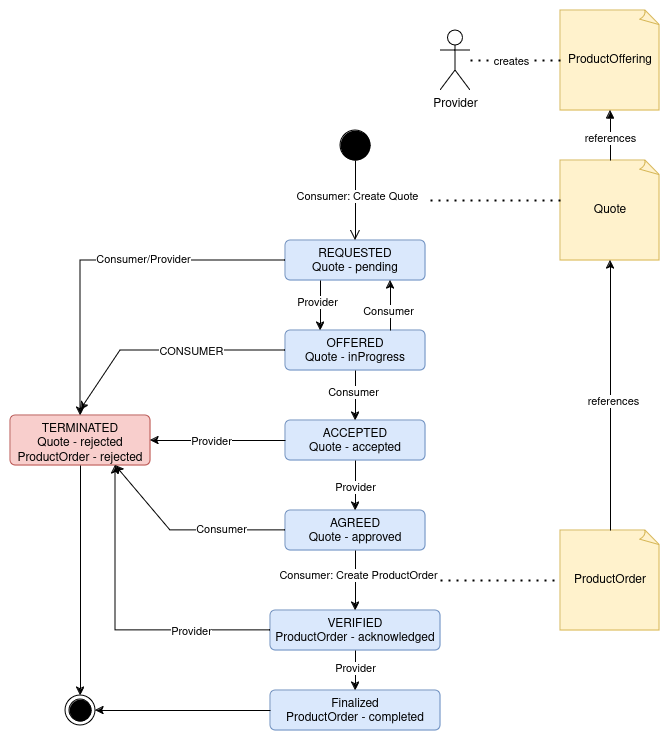
Above: doc/img/idsa-tmf-state-machine.png in FIWARE/data-space-connector (draw.io), before the change. Source tidied: cells renumbered, new cells last; positions are measured from the earlier drawing's top-left corner, leaving out a move shared by most shapes. Source of this version:
```xml
<mxGraphModel>
  <root>
    <mxCell id="0" />
    <mxCell id="1" parent="0" />
    <mxCell id="2" style="ellipse;fillColor=strokeColor;html=1;" parent="1" vertex="1">
      <mxGeometry x="330" y="120" width="30" height="30" as="geometry" />
    </mxCell>
    <mxCell id="3" value="ProductOffering" style="whiteSpace=wrap;html=1;shape=mxgraph.basic.document;fillColor=#fff2cc;strokeColor=#d6b656;" parent="1" vertex="1">
      <mxGeometry x="550" width="100" height="100" as="geometry" />
    </mxCell>
    <mxCell id="4" value="&lt;div&gt;REQUESTED&lt;/div&gt;&lt;div&gt;Quote - pending&lt;br&gt;&lt;/div&gt;" style="html=1;align=center;verticalAlign=top;rounded=1;absoluteArcSize=1;arcSize=10;dashed=0;whiteSpace=wrap;fillColor=#dae8fc;strokeColor=#6c8ebf;" parent="1" vertex="1">
      <mxGeometry x="275" y="230" width="140" height="40" as="geometry" />
    </mxCell>
    <mxCell id="5" style="endArrow=open;startArrow=none;endFill=0;startFill=0;endSize=8;html=1;verticalAlign=bottom;labelBackgroundColor=none;strokeWidth=1;rounded=0;exitX=0.5;exitY=1;exitDx=0;exitDy=0;" parent="1" edge="1" source="2" target="4">
      <mxGeometry relative="1" as="geometry" />
    </mxCell>
    <mxCell id="6" value="Consumer: Create Quote" style="edgeLabel;html=1;align=center;verticalAlign=middle;" parent="5" vertex="1">
      <mxGeometry x="-0.12" y="1" relative="1" as="geometry" />
    </mxCell>
    <mxCell id="7" value="Quote" style="whiteSpace=wrap;html=1;shape=mxgraph.basic.document;fillColor=#fff2cc;strokeColor=#d6b656;" parent="1" vertex="1">
      <mxGeometry x="550" y="150" width="100" height="100" as="geometry" />
    </mxCell>
    <mxCell id="8" style="html=1;verticalAlign=bottom;labelBackgroundColor=none;endArrow=block;endFill=1;rounded=0;exitX=0.5;exitY=0;exitDx=0;exitDy=0;exitPerimeter=0;" parent="1" edge="1" source="7" target="3">
      <mxGeometry relative="1" as="geometry" />
    </mxCell>
    <mxCell id="9" value="references" style="edgeLabel;html=1;align=center;verticalAlign=middle;" parent="8" vertex="1">
      <mxGeometry x="-0.08" y="1" relative="1" as="geometry" />
    </mxCell>
    <mxCell id="10" style="endArrow=none;dashed=1;html=1;dashPattern=1 3;strokeWidth=2;rounded=0;entryX=0;entryY=0.5;entryDx=0;entryDy=0;entryPerimeter=0;" parent="1" edge="1">
      <mxGeometry relative="1" as="geometry">
        <mxPoint x="420" y="190" as="sourcePoint" />
        <mxPoint x="550" y="190" as="targetPoint" />
      </mxGeometry>
    </mxCell>
    <mxCell id="11" value="&lt;div&gt;OFFERED&lt;/div&gt;&lt;div&gt;Quote - inProgress&lt;br&gt;&lt;/div&gt;" style="html=1;align=center;verticalAlign=top;rounded=1;absoluteArcSize=1;arcSize=10;dashed=0;whiteSpace=wrap;fillColor=#dae8fc;strokeColor=#6c8ebf;" parent="1" vertex="1">
      <mxGeometry x="275" y="320" width="140" height="40" as="geometry" />
    </mxCell>
    <mxCell id="12" style="endArrow=classic;html=1;rounded=0;exitX=0.25;exitY=1;exitDx=0;exitDy=0;entryX=0.25;entryY=0;entryDx=0;entryDy=0;" parent="1" edge="1" source="4" target="11">
      <mxGeometry relative="1" as="geometry" />
    </mxCell>
    <mxCell id="13" value="Provider" style="edgeLabel;html=1;align=center;verticalAlign=middle;" parent="12" vertex="1">
      <mxGeometry x="-0.15" y="-4" relative="1" as="geometry" />
    </mxCell>
    <mxCell id="14" style="endArrow=classic;html=1;rounded=0;exitX=0.75;exitY=0;exitDx=0;exitDy=0;entryX=0.75;entryY=1;entryDx=0;entryDy=0;" parent="1" edge="1" source="11" target="4">
      <mxGeometry relative="1" as="geometry" />
    </mxCell>
    <mxCell id="15" value="Consumer" style="edgeLabel;html=1;align=center;verticalAlign=middle;" parent="14" vertex="1">
      <mxGeometry x="0.15" y="3" relative="1" as="geometry">
        <mxPoint y="9" as="offset" />
      </mxGeometry>
    </mxCell>
    <mxCell id="16" value="&lt;div&gt;ACCEPTED&lt;/div&gt;&lt;div&gt;Quote - accepted&lt;br&gt;&lt;/div&gt;" style="html=1;align=center;verticalAlign=top;rounded=1;absoluteArcSize=1;arcSize=10;dashed=0;whiteSpace=wrap;fillColor=#dae8fc;strokeColor=#6c8ebf;" parent="1" vertex="1">
      <mxGeometry x="275" y="410" width="140" height="40" as="geometry" />
    </mxCell>
    <mxCell id="17" style="endArrow=classic;html=1;rounded=0;exitX=0.5;exitY=1;exitDx=0;exitDy=0;" parent="1" edge="1" source="11" target="16">
      <mxGeometry relative="1" as="geometry" />
    </mxCell>
    <mxCell id="18" value="Consumer" style="edgeLabel;html=1;align=center;verticalAlign=middle;" parent="17" vertex="1">
      <mxGeometry x="-0.15" y="-3" relative="1" as="geometry" />
    </mxCell>
    <mxCell id="19" value="&lt;div&gt;AGREED&lt;/div&gt;&lt;div&gt;Quote - approved&lt;br&gt;&lt;/div&gt;" style="html=1;align=center;verticalAlign=top;rounded=1;absoluteArcSize=1;arcSize=10;dashed=0;whiteSpace=wrap;fillColor=#dae8fc;strokeColor=#6c8ebf;" parent="1" vertex="1">
      <mxGeometry x="275" y="500" width="140" height="40" as="geometry" />
    </mxCell>
    <mxCell id="20" style="endArrow=classic;html=1;rounded=0;exitX=0.5;exitY=1;exitDx=0;exitDy=0;entryX=0.5;entryY=0;entryDx=0;entryDy=0;" parent="1" edge="1" source="16" target="19">
      <mxGeometry relative="1" as="geometry" />
    </mxCell>
    <mxCell id="21" value="Provider" style="edgeLabel;html=1;align=center;verticalAlign=middle;" parent="20" vertex="1">
      <mxGeometry x="0.03" y="-1" relative="1" as="geometry" />
    </mxCell>
    <mxCell id="22" value="&lt;div&gt;VERIFIED&lt;/div&gt;&lt;div&gt;ProductOrder - acknowledged&lt;br&gt;&lt;/div&gt;" style="html=1;align=center;verticalAlign=top;rounded=1;absoluteArcSize=1;arcSize=10;dashed=0;whiteSpace=wrap;fillColor=#dae8fc;strokeColor=#6c8ebf;" parent="1" vertex="1">
      <mxGeometry x="260" y="600" width="170" height="40" as="geometry" />
    </mxCell>
    <mxCell id="23" style="endArrow=classic;html=1;rounded=0;exitX=0.5;exitY=1;exitDx=0;exitDy=0;" parent="1" edge="1" source="19" target="22">
      <mxGeometry relative="1" as="geometry" />
    </mxCell>
    <mxCell id="24" value="Consumer: Create ProductOrder" style="edgeLabel;html=1;align=center;verticalAlign=middle;" parent="23" vertex="1">
      <mxGeometry x="-0.2" y="2" relative="1" as="geometry" />
    </mxCell>
    <mxCell id="25" value="ProductOrder" style="whiteSpace=wrap;html=1;shape=mxgraph.basic.document;fillColor=#fff2cc;strokeColor=#d6b656;" parent="1" vertex="1">
      <mxGeometry x="550" y="520" width="100" height="100" as="geometry" />
    </mxCell>
    <mxCell id="26" style="endArrow=none;dashed=1;html=1;dashPattern=1 3;strokeWidth=2;rounded=0;entryX=0;entryY=0.5;entryDx=0;entryDy=0;entryPerimeter=0;" parent="1" edge="1" target="25">
      <mxGeometry relative="1" as="geometry">
        <mxPoint x="430" y="570" as="sourcePoint" />
      </mxGeometry>
    </mxCell>
    <mxCell id="27" style="endArrow=classic;html=1;rounded=0;exitX=0.5;exitY=0;exitDx=0;exitDy=0;exitPerimeter=0;" parent="1" edge="1" source="25">
      <mxGeometry relative="1" as="geometry">
        <mxPoint x="600" y="250" as="targetPoint" />
      </mxGeometry>
    </mxCell>
    <mxCell id="28" value="references" style="edgeLabel;html=1;align=center;verticalAlign=middle;" parent="27" vertex="1">
      <mxGeometry x="-0.04" y="-2" relative="1" as="geometry" />
    </mxCell>
    <mxCell id="29" value="&lt;div&gt;Finalized&lt;br&gt;&lt;/div&gt;&lt;div&gt;ProductOrder - completed&lt;br&gt;&lt;/div&gt;" style="html=1;align=center;verticalAlign=top;rounded=1;absoluteArcSize=1;arcSize=10;dashed=0;whiteSpace=wrap;fillColor=#dae8fc;strokeColor=#6c8ebf;" parent="1" vertex="1">
      <mxGeometry x="260" y="680" width="170" height="40" as="geometry" />
    </mxCell>
    <mxCell id="30" style="endArrow=classic;html=1;rounded=0;exitX=0.5;exitY=1;exitDx=0;exitDy=0;entryX=0.5;entryY=0;entryDx=0;entryDy=0;" parent="1" edge="1" source="22" target="29">
      <mxGeometry relative="1" as="geometry" />
    </mxCell>
    <mxCell id="31" value="Provider" style="edgeLabel;html=1;align=center;verticalAlign=middle;" parent="30" vertex="1">
      <mxGeometry x="-0.15" y="-1" relative="1" as="geometry" />
    </mxCell>
    <mxCell id="32" value="&lt;div&gt;TERMINATED&lt;/div&gt;&lt;div&gt;Quote - rejected&lt;/div&gt;&lt;div&gt;ProductOrder - rejected&lt;br&gt;&lt;/div&gt;&lt;div&gt;&lt;br&gt;&lt;/div&gt;" style="html=1;align=center;verticalAlign=top;rounded=1;absoluteArcSize=1;arcSize=10;dashed=0;whiteSpace=wrap;fillColor=#f8cecc;strokeColor=#b85450;" parent="1" vertex="1">
      <mxGeometry y="405" width="140" height="50" as="geometry" />
    </mxCell>
    <mxCell id="33" style="endArrow=classic;html=1;rounded=0;exitX=0;exitY=0.5;exitDx=0;exitDy=0;entryX=0.5;entryY=0;entryDx=0;entryDy=0;" parent="1" edge="1" source="4" target="32">
      <mxGeometry relative="1" as="geometry">
        <Array as="points">
          <mxPoint x="70" y="250" />
        </Array>
      </mxGeometry>
    </mxCell>
    <mxCell id="34" value="Consumer/Provider" style="edgeLabel;html=1;align=center;verticalAlign=middle;" parent="33" vertex="1">
      <mxGeometry x="-0.21" y="-2" relative="1" as="geometry" />
    </mxCell>
    <mxCell id="35" style="endArrow=classic;html=1;rounded=0;exitX=0;exitY=0.5;exitDx=0;exitDy=0;" parent="1" edge="1" source="11">
      <mxGeometry relative="1" as="geometry">
        <mxPoint x="70" y="400" as="targetPoint" />
        <Array as="points">
          <mxPoint x="110" y="340" />
        </Array>
      </mxGeometry>
    </mxCell>
    <mxCell id="36" value="CONSUMER" style="edgeLabel;html=1;align=center;verticalAlign=middle;" parent="35" vertex="1">
      <mxGeometry x="-0.09" y="-4" relative="1" as="geometry">
        <mxPoint x="13" y="4" as="offset" />
      </mxGeometry>
    </mxCell>
    <mxCell id="37" style="endArrow=classic;html=1;rounded=0;exitX=0;exitY=0.5;exitDx=0;exitDy=0;entryX=1;entryY=0.5;entryDx=0;entryDy=0;" parent="1" edge="1" source="16" target="32">
      <mxGeometry relative="1" as="geometry" />
    </mxCell>
    <mxCell id="38" value="Provider" style="edgeLabel;html=1;align=center;verticalAlign=middle;" parent="37" vertex="1">
      <mxGeometry x="0.2" relative="1" as="geometry">
        <mxPoint x="6" as="offset" />
      </mxGeometry>
    </mxCell>
    <mxCell id="39" style="endArrow=classic;html=1;rounded=0;entryX=0.75;entryY=1;entryDx=0;entryDy=0;exitX=0;exitY=0.5;exitDx=0;exitDy=0;" parent="1" edge="1" source="19" target="32">
      <mxGeometry relative="1" as="geometry">
        <Array as="points">
          <mxPoint x="160" y="520" />
        </Array>
      </mxGeometry>
    </mxCell>
    <mxCell id="40" value="Consumer" style="edgeLabel;html=1;align=center;verticalAlign=middle;" parent="39" vertex="1">
      <mxGeometry x="-0.35" y="-2" relative="1" as="geometry" />
    </mxCell>
    <mxCell id="41" style="endArrow=classic;html=1;rounded=0;exitX=0;exitY=0.5;exitDx=0;exitDy=0;entryX=0.75;entryY=1;entryDx=0;entryDy=0;" parent="1" edge="1" source="22" target="32">
      <mxGeometry relative="1" as="geometry">
        <Array as="points">
          <mxPoint x="105" y="620" />
        </Array>
      </mxGeometry>
    </mxCell>
    <mxCell id="42" value="Provider" style="edgeLabel;html=1;align=center;verticalAlign=middle;" parent="41" vertex="1">
      <mxGeometry x="-0.43" y="-3" relative="1" as="geometry">
        <mxPoint x="11" y="3" as="offset" />
      </mxGeometry>
    </mxCell>
    <mxCell id="43" value="Provider" style="shape=umlActor;verticalLabelPosition=bottom;verticalAlign=top;html=1;outlineConnect=0;" parent="1" vertex="1">
      <mxGeometry x="430" y="20" width="30" height="60" as="geometry" />
    </mxCell>
    <mxCell id="44" style="endArrow=none;dashed=1;html=1;dashPattern=1 3;strokeWidth=2;rounded=0;entryX=0;entryY=0.5;entryDx=0;entryDy=0;entryPerimeter=0;" parent="1" edge="1" source="43" target="3">
      <mxGeometry relative="1" as="geometry" />
    </mxCell>
    <mxCell id="45" value="creates" style="edgeLabel;html=1;align=center;verticalAlign=middle;" parent="44" vertex="1">
      <mxGeometry x="-0.23" relative="1" as="geometry">
        <mxPoint x="5" as="offset" />
      </mxGeometry>
    </mxCell>
    <mxCell id="46" style="ellipse;html=1;shape=endState;fillColor=strokeColor;" parent="1" vertex="1">
      <mxGeometry x="55" y="685" width="30" height="30" as="geometry" />
    </mxCell>
    <mxCell id="47" style="endArrow=classic;html=1;rounded=0;exitX=0.5;exitY=1;exitDx=0;exitDy=0;" parent="1" edge="1" source="32" target="46">
      <mxGeometry relative="1" as="geometry" />
    </mxCell>
    <mxCell id="48" style="endArrow=classic;html=1;rounded=0;exitX=0;exitY=0.5;exitDx=0;exitDy=0;entryX=1;entryY=0.5;entryDx=0;entryDy=0;" parent="1" edge="1" source="29" target="46">
      <mxGeometry relative="1" as="geometry" />
    </mxCell>
  </root>
</mxGraphModel>
```
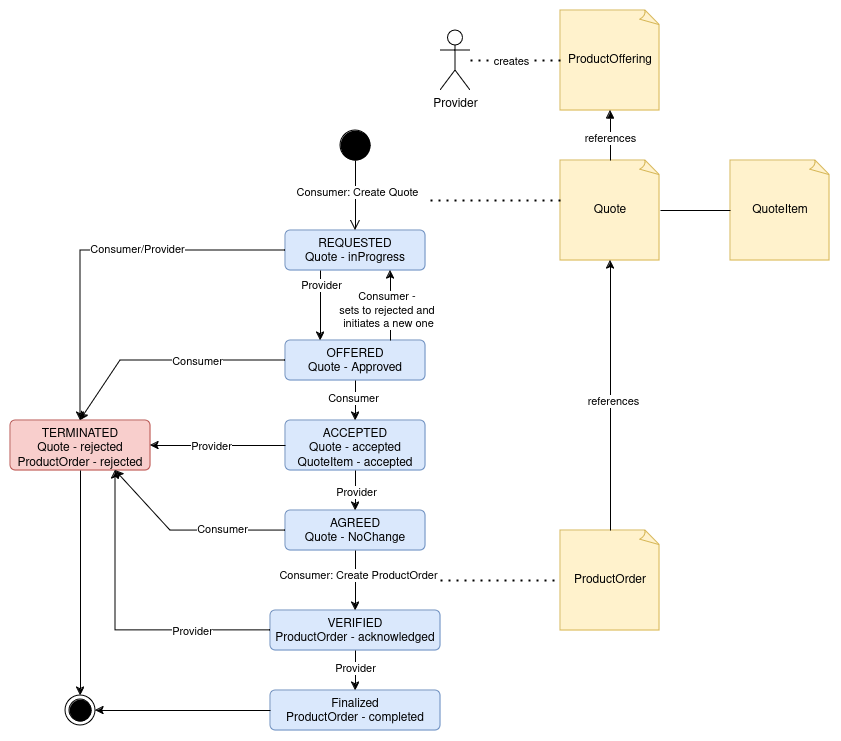
After the commit.

Commit message:
match with tmf machine

The edit, as a diff of the source:
```diff
@@ -8,8 +8,8 @@
     <mxCell id="3" value="ProductOffering" style="whiteSpace=wrap;html=1;shape=mxgraph.basic.document;fillColor=#fff2cc;strokeColor=#d6b656;" parent="1" vertex="1">
       <mxGeometry x="550" width="100" height="100" as="geometry" />
     </mxCell>
-    <mxCell id="4" value="&lt;div&gt;REQUESTED&lt;/div&gt;&lt;div&gt;Quote - pending&lt;br&gt;&lt;/div&gt;" style="html=1;align=center;verticalAlign=top;rounded=1;absoluteArcSize=1;arcSize=10;dashed=0;whiteSpace=wrap;fillColor=#dae8fc;strokeColor=#6c8ebf;" parent="1" vertex="1">
-      <mxGeometry x="275" y="230" width="140" height="40" as="geometry" />
+    <mxCell id="4" value="&lt;div&gt;REQUESTED&lt;/div&gt;&lt;div&gt;Quote - inProgress&lt;br&gt;&lt;/div&gt;&lt;div&gt;&lt;br&gt;&lt;/div&gt;" style="html=1;align=center;verticalAlign=top;rounded=1;absoluteArcSize=1;arcSize=10;dashed=0;whiteSpace=wrap;fillColor=#dae8fc;strokeColor=#6c8ebf;" parent="1" vertex="1">
+      <mxGeometry x="275" y="220" width="140" height="40" as="geometry" />
     </mxCell>
     <mxCell id="5" style="endArrow=open;startArrow=none;endFill=0;startFill=0;endSize=8;html=1;verticalAlign=bottom;labelBackgroundColor=none;strokeWidth=1;rounded=0;exitX=0.5;exitY=1;exitDx=0;exitDy=0;" parent="1" edge="1" source="2" target="4">
       <mxGeometry relative="1" as="geometry" />
@@ -32,25 +32,27 @@
         <mxPoint x="550" y="190" as="targetPoint" />
       </mxGeometry>
     </mxCell>
-    <mxCell id="11" value="&lt;div&gt;OFFERED&lt;/div&gt;&lt;div&gt;Quote - inProgress&lt;br&gt;&lt;/div&gt;" style="html=1;align=center;verticalAlign=top;rounded=1;absoluteArcSize=1;arcSize=10;dashed=0;whiteSpace=wrap;fillColor=#dae8fc;strokeColor=#6c8ebf;" parent="1" vertex="1">
-      <mxGeometry x="275" y="320" width="140" height="40" as="geometry" />
+    <mxCell id="11" value="&lt;div&gt;OFFERED&lt;/div&gt;&lt;div&gt;Quote - Approved&lt;/div&gt;&lt;div&gt;&lt;br&gt;&lt;/div&gt;" style="html=1;align=center;verticalAlign=top;rounded=1;absoluteArcSize=1;arcSize=10;dashed=0;whiteSpace=wrap;fillColor=#dae8fc;strokeColor=#6c8ebf;" parent="1" vertex="1">
+      <mxGeometry x="275" y="330" width="140" height="40" as="geometry" />
     </mxCell>
     <mxCell id="12" style="endArrow=classic;html=1;rounded=0;exitX=0.25;exitY=1;exitDx=0;exitDy=0;entryX=0.25;entryY=0;entryDx=0;entryDy=0;" parent="1" edge="1" source="4" target="11">
       <mxGeometry relative="1" as="geometry" />
     </mxCell>
     <mxCell id="13" value="Provider" style="edgeLabel;html=1;align=center;verticalAlign=middle;" parent="12" vertex="1">
-      <mxGeometry x="-0.15" y="-4" relative="1" as="geometry" />
+      <mxGeometry x="-0.15" y="-4" relative="1" as="geometry">
+        <mxPoint x="4" y="-16" as="offset" />
+      </mxGeometry>
     </mxCell>
     <mxCell id="14" style="endArrow=classic;html=1;rounded=0;exitX=0.75;exitY=0;exitDx=0;exitDy=0;entryX=0.75;entryY=1;entryDx=0;entryDy=0;" parent="1" edge="1" source="11" target="4">
       <mxGeometry relative="1" as="geometry" />
     </mxCell>
-    <mxCell id="15" value="Consumer" style="edgeLabel;html=1;align=center;verticalAlign=middle;" parent="14" vertex="1">
+    <mxCell id="15" value="&lt;div&gt;Consumer -&amp;nbsp;&lt;/div&gt;&lt;div&gt;sets to rejected and&amp;nbsp;&lt;/div&gt;&lt;div&gt;initiates a new one&lt;br&gt;&lt;/div&gt;" style="edgeLabel;html=1;align=center;verticalAlign=middle;" parent="14" vertex="1">
       <mxGeometry x="0.15" y="3" relative="1" as="geometry">
         <mxPoint y="9" as="offset" />
       </mxGeometry>
     </mxCell>
-    <mxCell id="16" value="&lt;div&gt;ACCEPTED&lt;/div&gt;&lt;div&gt;Quote - accepted&lt;br&gt;&lt;/div&gt;" style="html=1;align=center;verticalAlign=top;rounded=1;absoluteArcSize=1;arcSize=10;dashed=0;whiteSpace=wrap;fillColor=#dae8fc;strokeColor=#6c8ebf;" parent="1" vertex="1">
-      <mxGeometry x="275" y="410" width="140" height="40" as="geometry" />
+    <mxCell id="16" value="&lt;div&gt;ACCEPTED&lt;/div&gt;&lt;div&gt;Quote - accepted&lt;/div&gt;&lt;div&gt;QuoteItem - accepted&lt;br&gt;&lt;/div&gt;" style="html=1;align=center;verticalAlign=top;rounded=1;absoluteArcSize=1;arcSize=10;dashed=0;whiteSpace=wrap;fillColor=#dae8fc;strokeColor=#6c8ebf;" parent="1" vertex="1">
+      <mxGeometry x="275" y="410" width="140" height="50" as="geometry" />
     </mxCell>
     <mxCell id="17" style="endArrow=classic;html=1;rounded=0;exitX=0.5;exitY=1;exitDx=0;exitDy=0;" parent="1" edge="1" source="11" target="16">
       <mxGeometry relative="1" as="geometry" />
@@ -58,14 +60,16 @@
     <mxCell id="18" value="Consumer" style="edgeLabel;html=1;align=center;verticalAlign=middle;" parent="17" vertex="1">
       <mxGeometry x="-0.15" y="-3" relative="1" as="geometry" />
     </mxCell>
-    <mxCell id="19" value="&lt;div&gt;AGREED&lt;/div&gt;&lt;div&gt;Quote - approved&lt;br&gt;&lt;/div&gt;" style="html=1;align=center;verticalAlign=top;rounded=1;absoluteArcSize=1;arcSize=10;dashed=0;whiteSpace=wrap;fillColor=#dae8fc;strokeColor=#6c8ebf;" parent="1" vertex="1">
+    <mxCell id="19" value="&lt;div&gt;AGREED&lt;/div&gt;&lt;div&gt;Quote - NoChange&lt;br&gt;&lt;/div&gt;" style="html=1;align=center;verticalAlign=top;rounded=1;absoluteArcSize=1;arcSize=10;dashed=0;whiteSpace=wrap;fillColor=#dae8fc;strokeColor=#6c8ebf;" parent="1" vertex="1">
       <mxGeometry x="275" y="500" width="140" height="40" as="geometry" />
     </mxCell>
     <mxCell id="20" style="endArrow=classic;html=1;rounded=0;exitX=0.5;exitY=1;exitDx=0;exitDy=0;entryX=0.5;entryY=0;entryDx=0;entryDy=0;" parent="1" edge="1" source="16" target="19">
       <mxGeometry relative="1" as="geometry" />
     </mxCell>
     <mxCell id="21" value="Provider" style="edgeLabel;html=1;align=center;verticalAlign=middle;" parent="20" vertex="1">
-      <mxGeometry x="0.03" y="-1" relative="1" as="geometry" />
+      <mxGeometry x="0.03" y="-1" relative="1" as="geometry">
+        <mxPoint x="1" as="offset" />
+      </mxGeometry>
     </mxCell>
     <mxCell id="22" value="&lt;div&gt;VERIFIED&lt;/div&gt;&lt;div&gt;ProductOrder - acknowledged&lt;br&gt;&lt;/div&gt;" style="html=1;align=center;verticalAlign=top;rounded=1;absoluteArcSize=1;arcSize=10;dashed=0;whiteSpace=wrap;fillColor=#dae8fc;strokeColor=#6c8ebf;" parent="1" vertex="1">
       <mxGeometry x="260" y="600" width="170" height="40" as="geometry" />
@@ -102,29 +106,28 @@
       <mxGeometry x="-0.15" y="-1" relative="1" as="geometry" />
     </mxCell>
     <mxCell id="32" value="&lt;div&gt;TERMINATED&lt;/div&gt;&lt;div&gt;Quote - rejected&lt;/div&gt;&lt;div&gt;ProductOrder - rejected&lt;br&gt;&lt;/div&gt;&lt;div&gt;&lt;br&gt;&lt;/div&gt;" style="html=1;align=center;verticalAlign=top;rounded=1;absoluteArcSize=1;arcSize=10;dashed=0;whiteSpace=wrap;fillColor=#f8cecc;strokeColor=#b85450;" parent="1" vertex="1">
-      <mxGeometry y="405" width="140" height="50" as="geometry" />
+      <mxGeometry y="410" width="140" height="50" as="geometry" />
     </mxCell>
     <mxCell id="33" style="endArrow=classic;html=1;rounded=0;exitX=0;exitY=0.5;exitDx=0;exitDy=0;entryX=0.5;entryY=0;entryDx=0;entryDy=0;" parent="1" edge="1" source="4" target="32">
       <mxGeometry relative="1" as="geometry">
         <Array as="points">
-          <mxPoint x="70" y="250" />
+          <mxPoint x="70" y="240" />
         </Array>
       </mxGeometry>
     </mxCell>
     <mxCell id="34" value="Consumer/Provider" style="edgeLabel;html=1;align=center;verticalAlign=middle;" parent="33" vertex="1">
       <mxGeometry x="-0.21" y="-2" relative="1" as="geometry" />
     </mxCell>
-    <mxCell id="35" style="endArrow=classic;html=1;rounded=0;exitX=0;exitY=0.5;exitDx=0;exitDy=0;" parent="1" edge="1" source="11">
+    <mxCell id="35" style="endArrow=classic;html=1;rounded=0;exitX=0;exitY=0.5;exitDx=0;exitDy=0;entryX=0.5;entryY=0;entryDx=0;entryDy=0;" parent="1" edge="1" source="11" target="32">
       <mxGeometry relative="1" as="geometry">
-        <mxPoint x="70" y="400" as="targetPoint" />
         <Array as="points">
-          <mxPoint x="110" y="340" />
+          <mxPoint x="110" y="350" />
         </Array>
       </mxGeometry>
     </mxCell>
-    <mxCell id="36" value="CONSUMER" style="edgeLabel;html=1;align=center;verticalAlign=middle;" parent="35" vertex="1">
+    <mxCell id="36" value="Consumer" style="edgeLabel;html=1;align=center;verticalAlign=middle;" parent="35" vertex="1">
       <mxGeometry x="-0.09" y="-4" relative="1" as="geometry">
-        <mxPoint x="13" y="4" as="offset" />
+        <mxPoint x="19" y="4" as="offset" />
       </mxGeometry>
     </mxCell>
     <mxCell id="37" style="endArrow=classic;html=1;rounded=0;exitX=0;exitY=0.5;exitDx=0;exitDy=0;entryX=1;entryY=0.5;entryDx=0;entryDy=0;" parent="1" edge="1" source="16" target="32">
@@ -177,5 +180,11 @@
     <mxCell id="48" style="endArrow=classic;html=1;rounded=0;exitX=0;exitY=0.5;exitDx=0;exitDy=0;entryX=1;entryY=0.5;entryDx=0;entryDy=0;" parent="1" edge="1" source="29" target="46">
       <mxGeometry relative="1" as="geometry" />
     </mxCell>
+    <mxCell id="49" value="QuoteItem" style="whiteSpace=wrap;html=1;shape=mxgraph.basic.document;fillColor=#fff2cc;strokeColor=#d6b656;" parent="1" vertex="1">
+      <mxGeometry x="720" y="150" width="100" height="100" as="geometry" />
+    </mxCell>
+    <mxCell id="50" style="endArrow=none;html=1;rounded=0;exitX=1;exitY=0.5;exitDx=0;exitDy=0;exitPerimeter=0;entryX=0;entryY=0.5;entryDx=0;entryDy=0;entryPerimeter=0;" parent="1" edge="1" source="7" target="49">
+      <mxGeometry relative="1" as="geometry" />
+    </mxCell>
   </root>
 </mxGraphModel>
```
